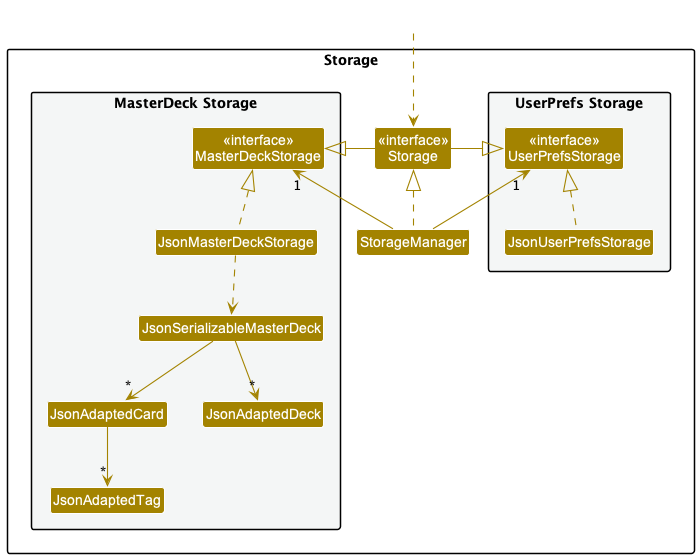
This is docs/images/StorageClassDiagram.png from nus-cs2103-AY2223S2/tp, a PlantUML export, as it was before one commit.
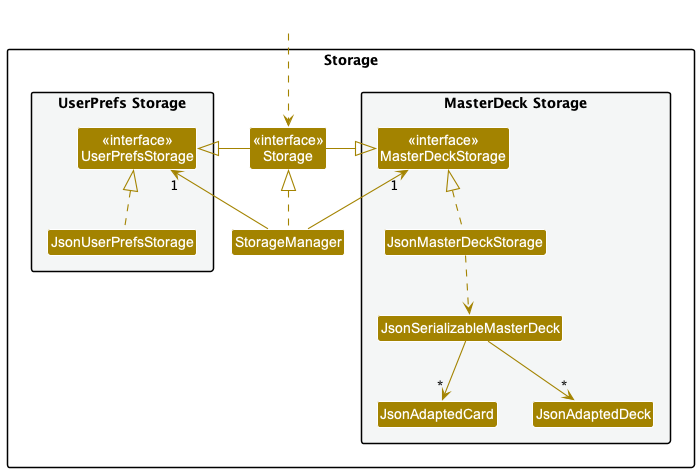
Later version of the same file.

The edit, as a diff of the source:
```diff
@@ -20,7 +20,6 @@
 Class JsonSerializableMasterDeck
 Class JsonAdaptedCard
 Class JsonAdaptedDeck
-Class JsonAdaptedTag
 }
 
 }
@@ -40,6 +39,5 @@
 JsonMasterDeckStorage ..> JsonSerializableMasterDeck
 JsonSerializableMasterDeck --> "*" JsonAdaptedCard
 JsonSerializableMasterDeck --> "*" JsonAdaptedDeck
-JsonAdaptedCard --> "*" JsonAdaptedTag
 
 @enduml
```
